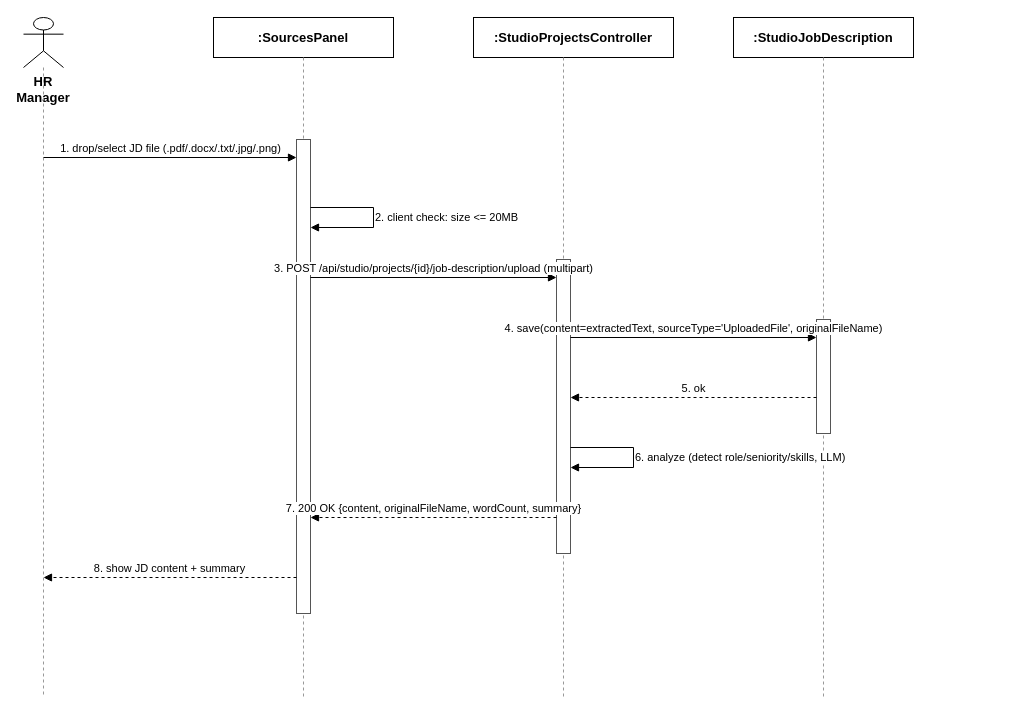
Above: docs/qa/SequenceDiagram/02_JobDescriptionManagement_CreateJD_UploadFile.drawio in tulklk/AI_Interview_Question_Generation_RAG_LLM_FE (draw.io), before the change. Source tidied: cells renumbered, new cells numbered last; positions are measured from the earlier drawing's top-left corner, leaving out a move shared by most shapes. Both pictures are drawn from the tidied source at 100%, with x=0, y=0 at pixel (23, 17).
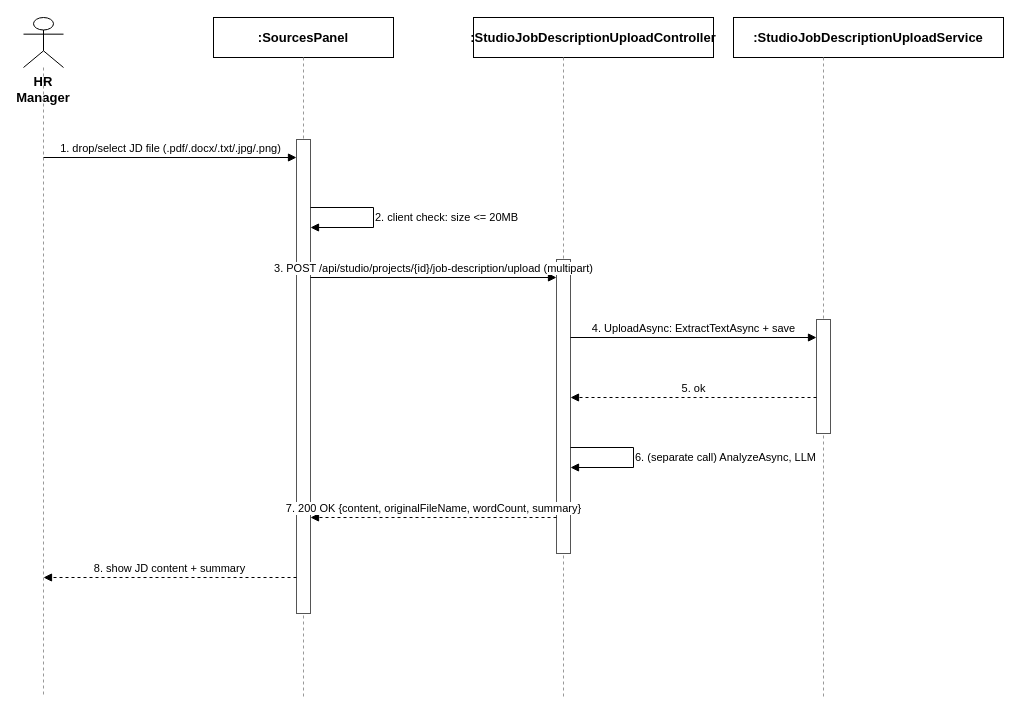
The same diagram, later.

Commit message (it also covers changes not shown here):
docs(qa): correct JD Management and Knowledge Base diagrams against real BE service classes

The edit, as a diff of the source:
```diff
@@
-    <mxCell id="6" value=":StudioProjectsController" style="rounded=0;whiteSpace=wrap;html=1;fontSize=13;fillColor=#ffffff;strokeColor=#000000;fontStyle=1;" parent="1" vertex="1">
-      <mxGeometry x="450" width="200" height="40" as="geometry" />
+    <mxCell id="6" value=":StudioJobDescriptionUploadController" style="rounded=0;whiteSpace=wrap;html=1;fontSize=13;fillColor=#ffffff;strokeColor=#000000;fontStyle=1;" parent="1" vertex="1">
+      <mxGeometry x="450" width="240" height="40" as="geometry" />
     </mxCell>
@@
-    <mxCell id="8" value=":StudioJobDescription" style="rounded=0;whiteSpace=wrap;html=1;fontSize=13;fillColor=#ffffff;strokeColor=#000000;fontStyle=1;" parent="1" vertex="1">
-      <mxGeometry x="710" width="180" height="40" as="geometry" />
+    <mxCell id="8" value=":StudioJobDescriptionUploadService" style="rounded=0;whiteSpace=wrap;html=1;fontSize=13;fillColor=#ffffff;strokeColor=#000000;fontStyle=1;" parent="1" vertex="1">
+      <mxGeometry x="710" width="270" height="40" as="geometry" />
     </mxCell>
@@
-    <mxCell id="16" value="4. save(content=extractedText, sourceType='UploadedFile', originalFileName)" style="endArrow=block;endFill=1;html=1;fontSize=11;align=center;verticalAlign=bottom;labelBackgroundColor=#ffffff;strokeColor=#000000;" parent="1" edge="1">
+    <mxCell id="16" value="4. UploadAsync: ExtractTextAsync + save" style="endArrow=block;endFill=1;html=1;fontSize=11;align=center;verticalAlign=bottom;labelBackgroundColor=#ffffff;strokeColor=#000000;" parent="1" edge="1">
       <mxGeometry relative="1" as="geometry">
         <mxPoint x="547" y="320" as="sourcePoint" />
         <mxPoint x="793" y="320" as="targetPoint" />
       </mxGeometry>
     </mxCell>
@@
-    <mxCell id="18" value="6. analyze (detect role/seniority/skills, LLM)" style="endArrow=block;endFill=1;html=1;fontSize=11;align=left;verticalAlign=middle;labelBackgroundColor=#ffffff;rounded=0;strokeColor=#000000;" parent="1" edge="1">
+    <mxCell id="18" value="6. (separate call) AnalyzeAsync, LLM" style="endArrow=block;endFill=1;html=1;fontSize=11;align=left;verticalAlign=middle;labelBackgroundColor=#ffffff;rounded=0;strokeColor=#000000;" parent="1" edge="1">
       <mxGeometry relative="1" as="geometry">
         <mxPoint x="547" y="430" as="sourcePoint" />
         <mxPoint x="547" y="450" as="targetPoint" />
         <Array as="points">
           <mxPoint x="610" y="430" />
           <mxPoint x="610" y="450" />
         </Array>
       </mxGeometry>
     </mxCell>
```
